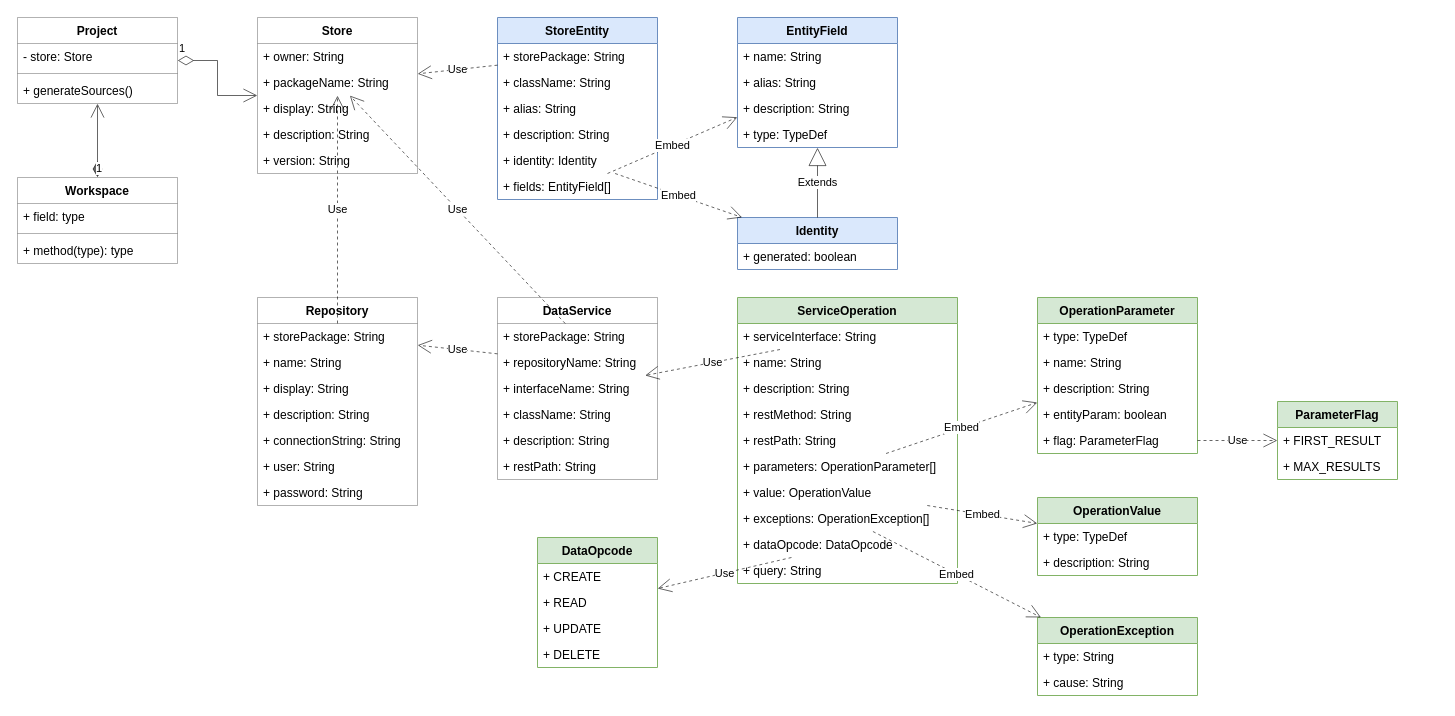
Earlier version of the draw.io diagram doc/diagrams.drawio (js-lib-com/tiny-store). Source tidied: cells renumbered, new cells numbered last; positions are measured from the earlier drawing's top-left corner, leaving out a move shared by most shapes. Both pictures are drawn from the tidied source at 100%, with x=0, y=0 at pixel (17, 17).
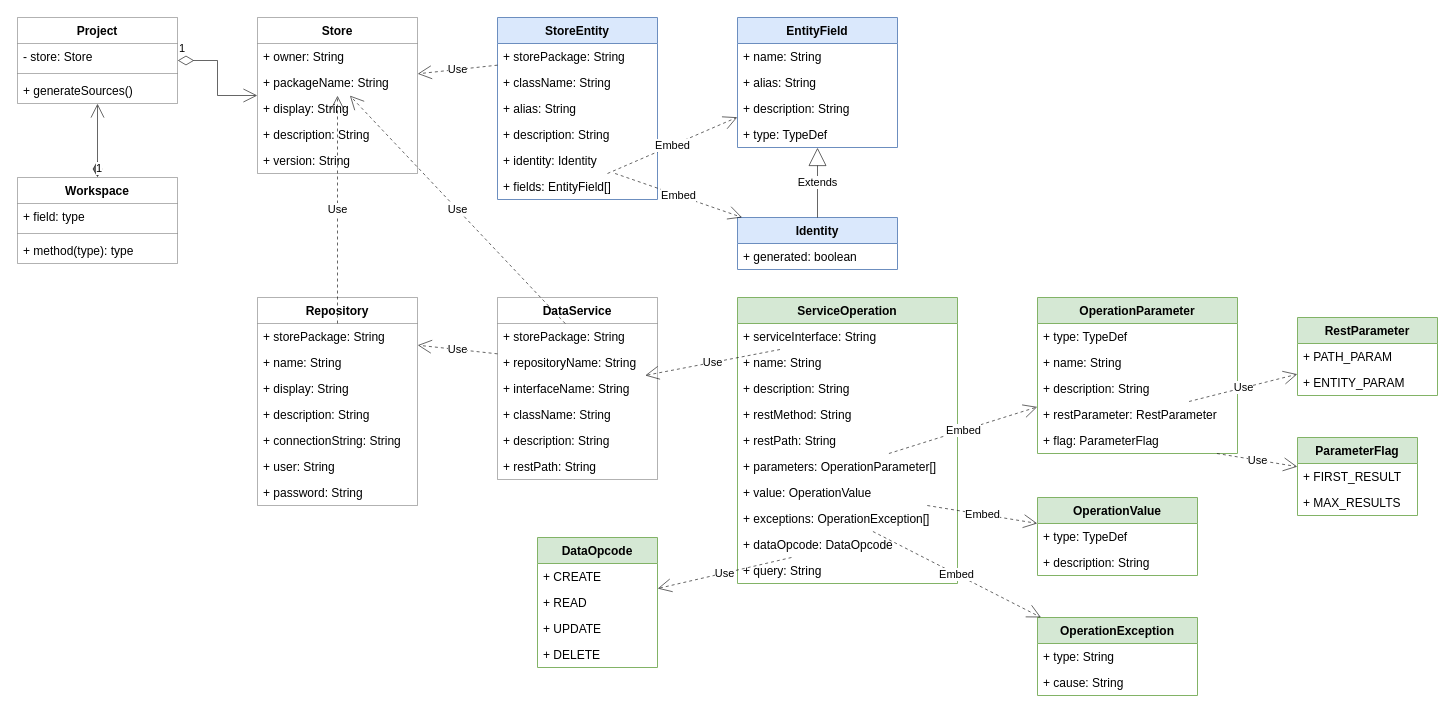
After the change.

The edit, as a diff of the source:
```diff
@@
     <mxCell id="66" value="OperationParameter" style="swimlane;fontStyle=1;align=center;verticalAlign=top;horizontal=1;startSize=26;fillColor=#d5e8d4;strokeColor=#82b366;" parent="1" vertex="1">
-      <mxGeometry x="1020" y="280" width="160" height="156" as="geometry" />
+      <mxGeometry x="1020" y="280" width="200" height="156" as="geometry" />
     </mxCell>
     <mxCell id="67" value="+ type: TypeDef" style="text;strokeColor=none;fillColor=none;align=left;verticalAlign=top;spacingLeft=4;spacingRight=4;overflow=hidden;" parent="66" vertex="1">
-      <mxGeometry y="26" width="160" height="26" as="geometry" />
+      <mxGeometry y="26" width="200" height="26" as="geometry" />
     </mxCell>
     <mxCell id="68" value="+ name: String" style="text;strokeColor=none;fillColor=none;align=left;verticalAlign=top;spacingLeft=4;spacingRight=4;overflow=hidden;" parent="66" vertex="1">
-      <mxGeometry y="52" width="160" height="26" as="geometry" />
+      <mxGeometry y="52" width="200" height="26" as="geometry" />
     </mxCell>
     <mxCell id="69" value="+ description: String" style="text;strokeColor=none;fillColor=none;align=left;verticalAlign=top;spacingLeft=4;spacingRight=4;overflow=hidden;" parent="66" vertex="1">
-      <mxGeometry y="78" width="160" height="26" as="geometry" />
+      <mxGeometry y="78" width="200" height="26" as="geometry" />
     </mxCell>
-    <mxCell id="70" value="+ entityParam: boolean" style="text;strokeColor=none;fillColor=none;align=left;verticalAlign=top;spacingLeft=4;spacingRight=4;overflow=hidden;points=[[0,0.5],[1,0.5]];portConstraint=eastwest;" parent="66" vertex="1">
-      <mxGeometry y="104" width="160" height="26" as="geometry" />
+    <mxCell id="70" value="+ restParameter: RestParameter" style="text;strokeColor=none;fillColor=none;align=left;verticalAlign=top;spacingLeft=4;spacingRight=4;overflow=hidden;points=[[0,0.5],[1,0.5]];portConstraint=eastwest;" parent="66" vertex="1">
+      <mxGeometry y="104" width="200" height="26" as="geometry" />
     </mxCell>
     <mxCell id="71" value="+ flag: ParameterFlag" style="text;strokeColor=none;fillColor=none;align=left;verticalAlign=top;spacingLeft=4;spacingRight=4;overflow=hidden;points=[[0,0.5],[1,0.5]];portConstraint=eastwest;" parent="66" vertex="1">
-      <mxGeometry y="130" width="160" height="26" as="geometry" />
+      <mxGeometry y="130" width="200" height="26" as="geometry" />
     </mxCell>
@@
     <mxCell id="81" value="ParameterFlag" style="swimlane;fontStyle=1;horizontal=1;startSize=26;fillColor=#d5e8d4;strokeColor=#82b366;" parent="1" vertex="1">
-      <mxGeometry x="1260" y="384" width="120" height="78" as="geometry" />
+      <mxGeometry x="1280" y="420" width="120" height="78" as="geometry" />
     </mxCell>
@@
+    <mxCell id="91" value="RestParameter" style="swimlane;fontStyle=1;horizontal=1;startSize=26;fillColor=#d5e8d4;strokeColor=#82b366;" parent="1" vertex="1">
+      <mxGeometry x="1280" y="300" width="140" height="78" as="geometry" />
+    </mxCell>
+    <mxCell id="92" value="+ PATH_PARAM" style="text;strokeColor=none;fillColor=none;align=left;verticalAlign=top;spacingLeft=4;spacingRight=4;overflow=hidden;" parent="91" vertex="1">
+      <mxGeometry y="26" width="140" height="26" as="geometry" />
+    </mxCell>
+    <mxCell id="93" value="+ ENTITY_PARAM" style="text;strokeColor=none;fillColor=none;align=left;verticalAlign=top;spacingLeft=4;spacingRight=4;overflow=hidden;" parent="91" vertex="1">
+      <mxGeometry y="52" width="140" height="26" as="geometry" />
+    </mxCell>
+    <mxCell id="94" value="Use" style="endArrow=open;endSize=12;dashed=1;html=1;rounded=0;opacity=60;" parent="1" edge="1" source="70" target="91">
+      <mxGeometry relative="1" as="geometry" />
+    </mxCell>
```
